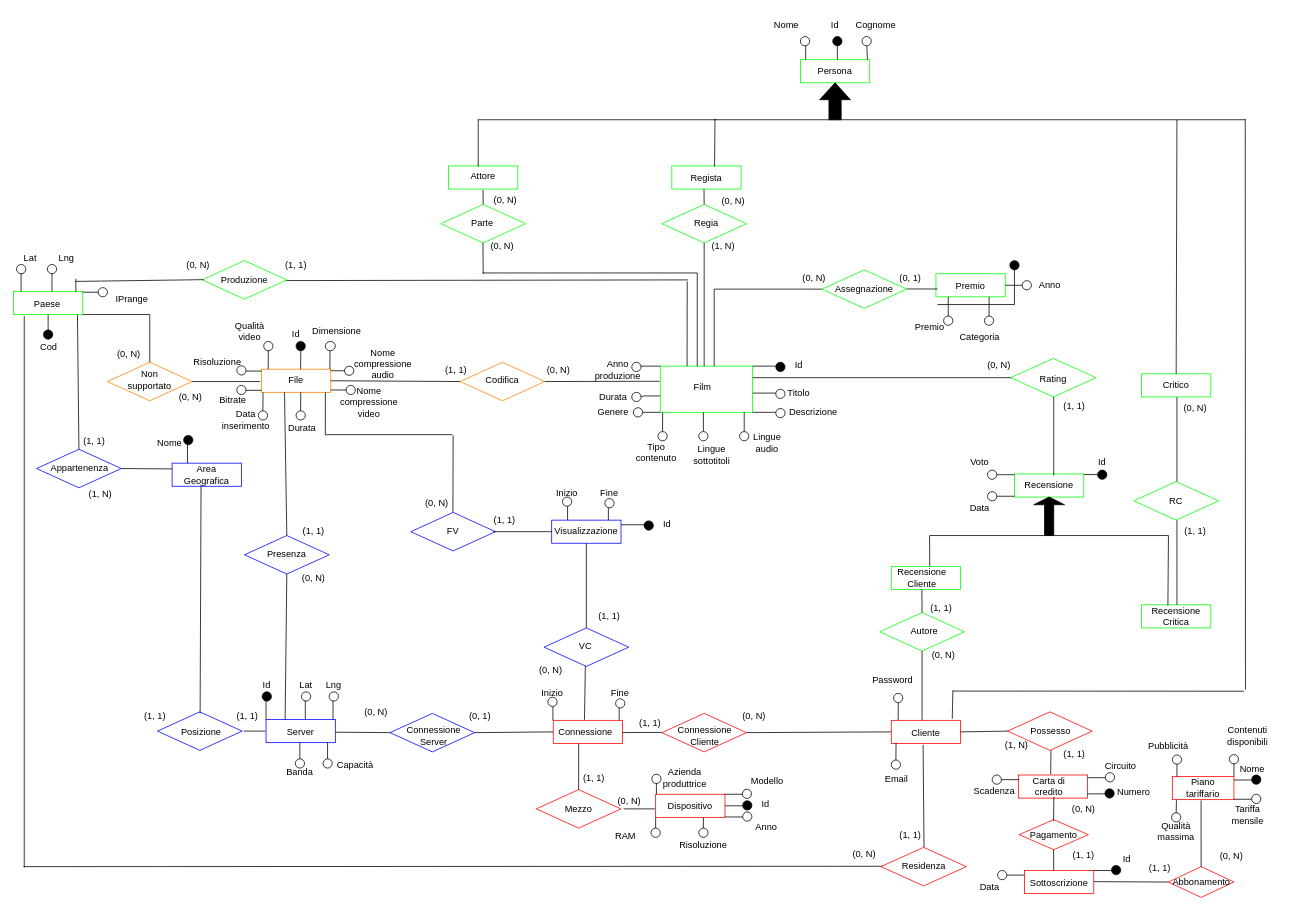
Earlier version of the draw.io diagram ER.drawio (gcairone/progettodb). Source tidied: cells renumbered, new cells numbered last; positions are measured from the earlier drawing's top-left corner, leaving out a move shared by most shapes. Both pictures are drawn from the tidied source at 77%, with x=0, y=0 at pixel (13, 13).
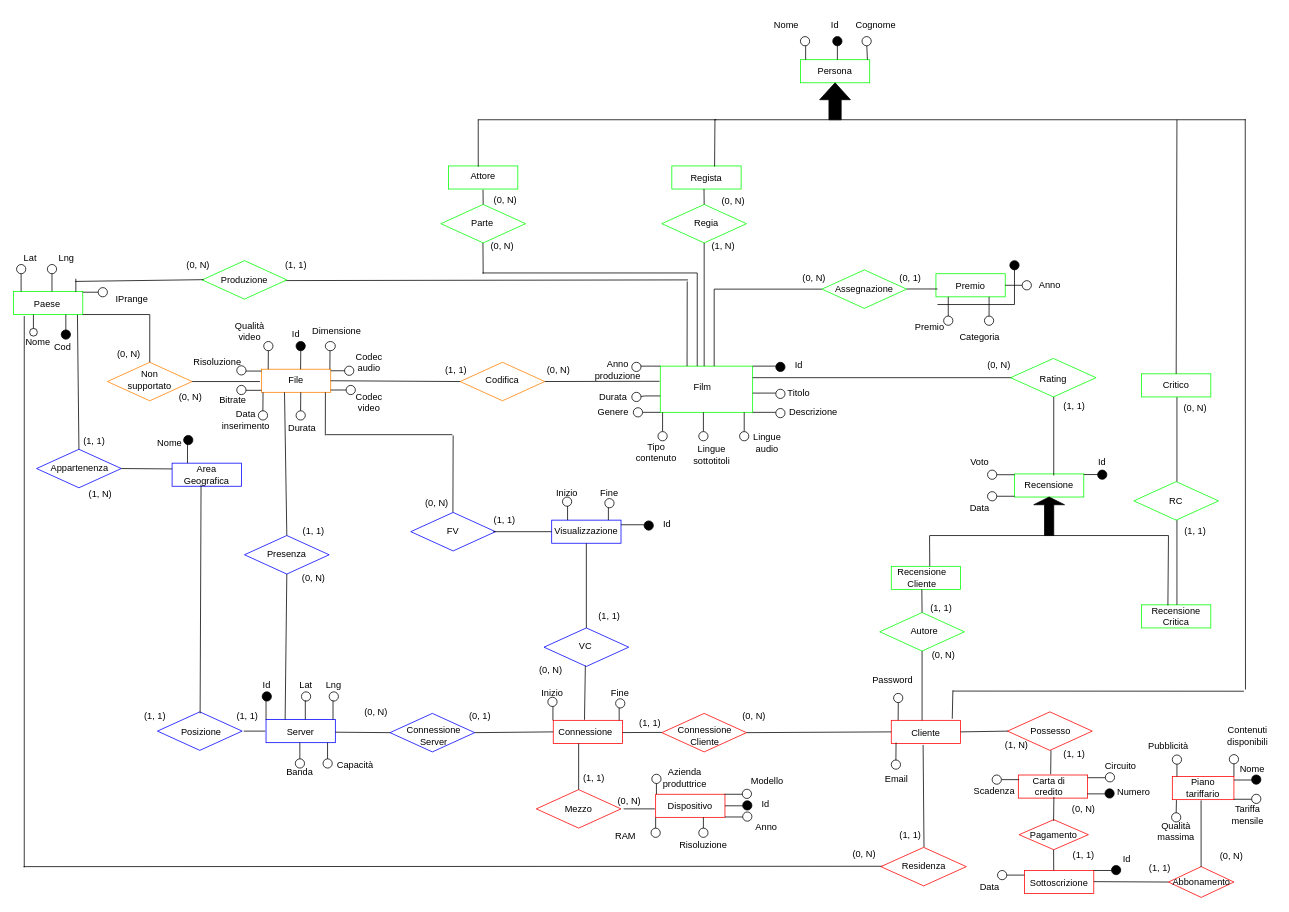
The same diagram, later.

The edit, as a diff of the source:
```diff
@@
     <mxCell id="307" style="endArrow=none;html=1;rounded=0;" parent="1" edge="1">
       <mxGeometry relative="1" as="geometry">
-        <mxPoint x="45" y="416" as="sourcePoint" />
-        <mxPoint x="45" y="391" as="targetPoint" />
+        <mxPoint x="68" y="416" as="sourcePoint" />
+        <mxPoint x="68" y="391" as="targetPoint" />
       </mxGeometry>
     </mxCell>
     <mxCell id="308" style="ellipse;whiteSpace=wrap;html=1;fillColor=#000000;" parent="1" vertex="1">
-      <mxGeometry x="39" y="411" width="12" height="12" as="geometry" />
+      <mxGeometry x="62" y="411" width="12" height="12" as="geometry" />
     </mxCell>
     <mxCell id="309" value="Cod" style="text;html=1;strokeColor=none;fillColor=none;align=center;verticalAlign=middle;whiteSpace=wrap;rounded=0;" parent="1" vertex="1">
-      <mxGeometry x="16" y="418" width="60" height="30" as="geometry" />
+      <mxGeometry x="34" y="418" width="60" height="30" as="geometry" />
     </mxCell>
@@
-    <mxCell id="352" value="Nome compressione audio" style="text;html=1;strokeColor=none;fillColor=none;align=center;verticalAlign=middle;whiteSpace=wrap;rounded=0;" parent="1" vertex="1">
-      <mxGeometry x="450" y="439.5" width="60" height="30" as="geometry" />
+    <mxCell id="352" value="Codec audio" style="text;html=1;strokeColor=none;fillColor=none;align=center;verticalAlign=middle;whiteSpace=wrap;rounded=0;" parent="1" vertex="1">
+      <mxGeometry x="432" y="438" width="60" height="30" as="geometry" />
     </mxCell>
-    <mxCell id="353" value="Nome compressione video" style="text;html=1;strokeColor=none;fillColor=none;align=center;verticalAlign=middle;whiteSpace=wrap;rounded=0;" parent="1" vertex="1">
+    <mxCell id="353" value="Codec video" style="text;html=1;strokeColor=none;fillColor=none;align=center;verticalAlign=middle;whiteSpace=wrap;rounded=0;" parent="1" vertex="1">
       <mxGeometry x="432" y="490" width="60" height="30" as="geometry" />
     </mxCell>
@@
+    <mxCell id="374" style="endArrow=none;html=1;rounded=0;" parent="1" edge="1">
+      <mxGeometry relative="1" as="geometry">
+        <mxPoint x="25.9" y="391" as="sourcePoint" />
+        <mxPoint x="25.9" y="411" as="targetPoint" />
+      </mxGeometry>
+    </mxCell>
+    <mxCell id="375" style="ellipse;whiteSpace=wrap;html=1;" parent="1" vertex="1">
+      <mxGeometry x="21" y="409" width="10" height="10" as="geometry" />
+    </mxCell>
+    <mxCell id="376" value="Nome" style="text;strokeColor=none;align=center;fillColor=none;html=1;verticalAlign=middle;whiteSpace=wrap;rounded=0;" parent="1" vertex="1">
+      <mxGeometry x="2" y="412" width="60" height="30" as="geometry" />
+    </mxCell>
```
